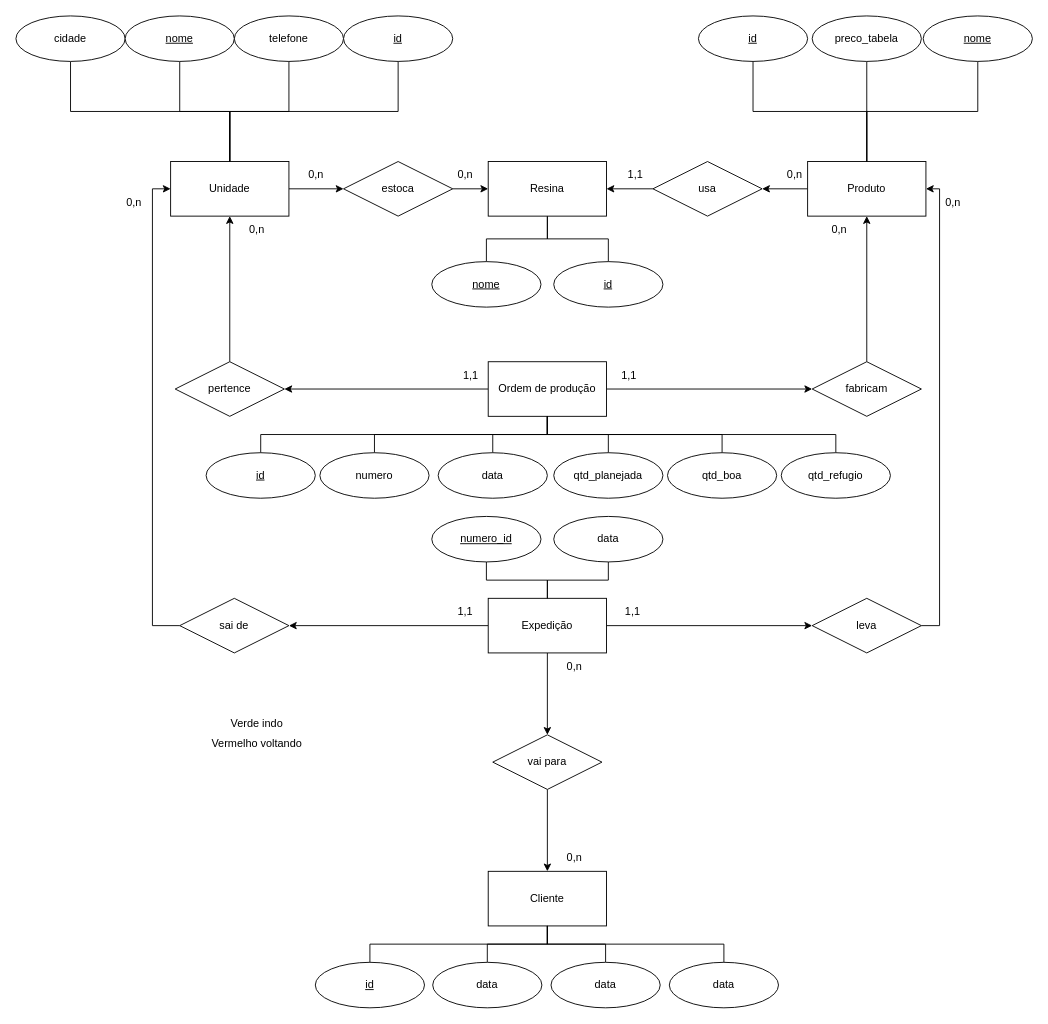
Earlier version of the draw.io diagram page "Página-1" (1 of 2) of banco/sa-1/Fluxohrama-sa-01.drawio (Cesar-Muryllo/UC03-banco-de-Dados--manh-). Source tidied: cells renumbered, new cells numbered last; positions are measured from the earlier drawing's top-left corner, leaving out a move shared by most shapes. Both pictures are drawn from the tidied source at 91%, with x=0, y=0 at pixel (15, 15).
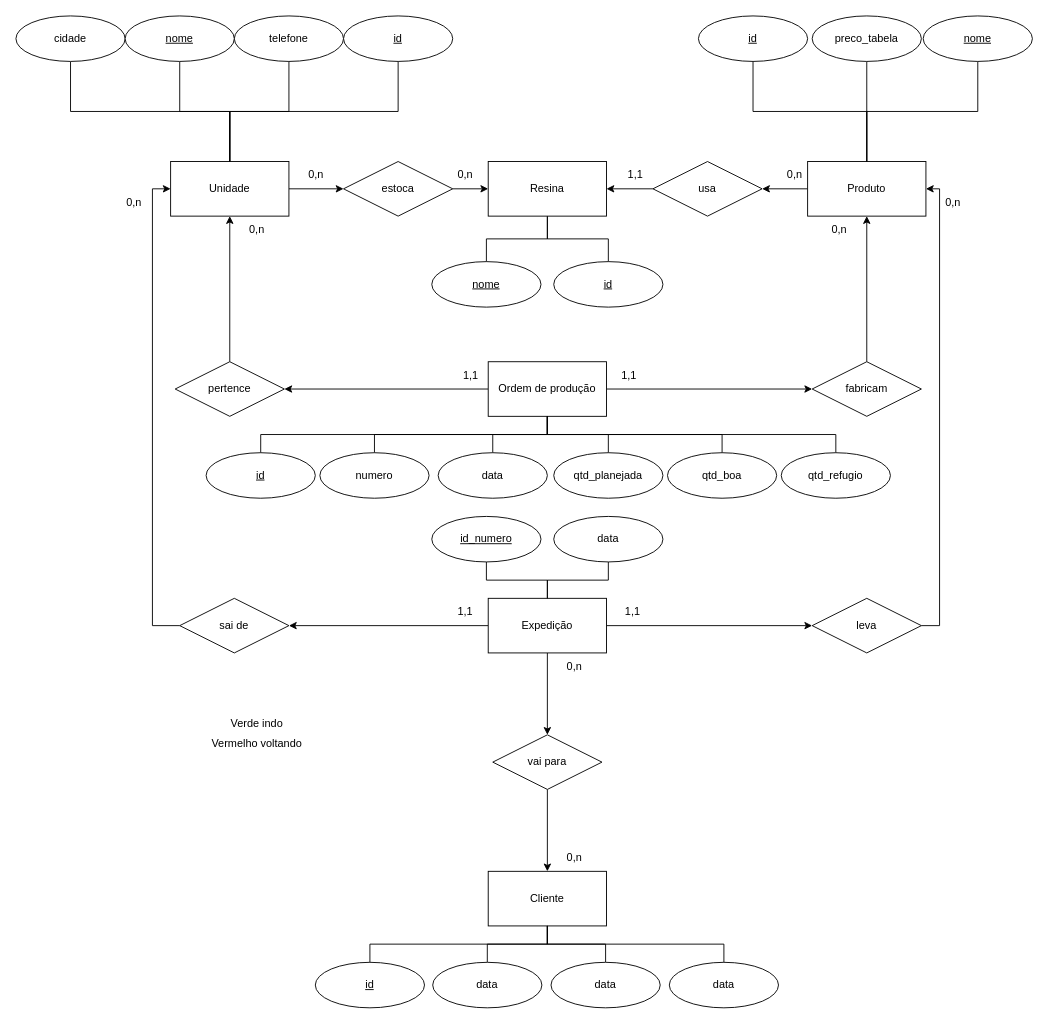
After the change.

The edit, as a diff of the source:
```diff
@@
-    <mxCell id="52" value="numero_id" style="ellipse;whiteSpace=wrap;html=1;align=center;fontStyle=4;" parent="1" vertex="1">
+    <mxCell id="52" value="id_numero" style="ellipse;whiteSpace=wrap;html=1;align=center;fontStyle=4;" parent="1" vertex="1">
       <mxGeometry x="457" y="550" width="120" height="50" as="geometry" />
     </mxCell>
```
